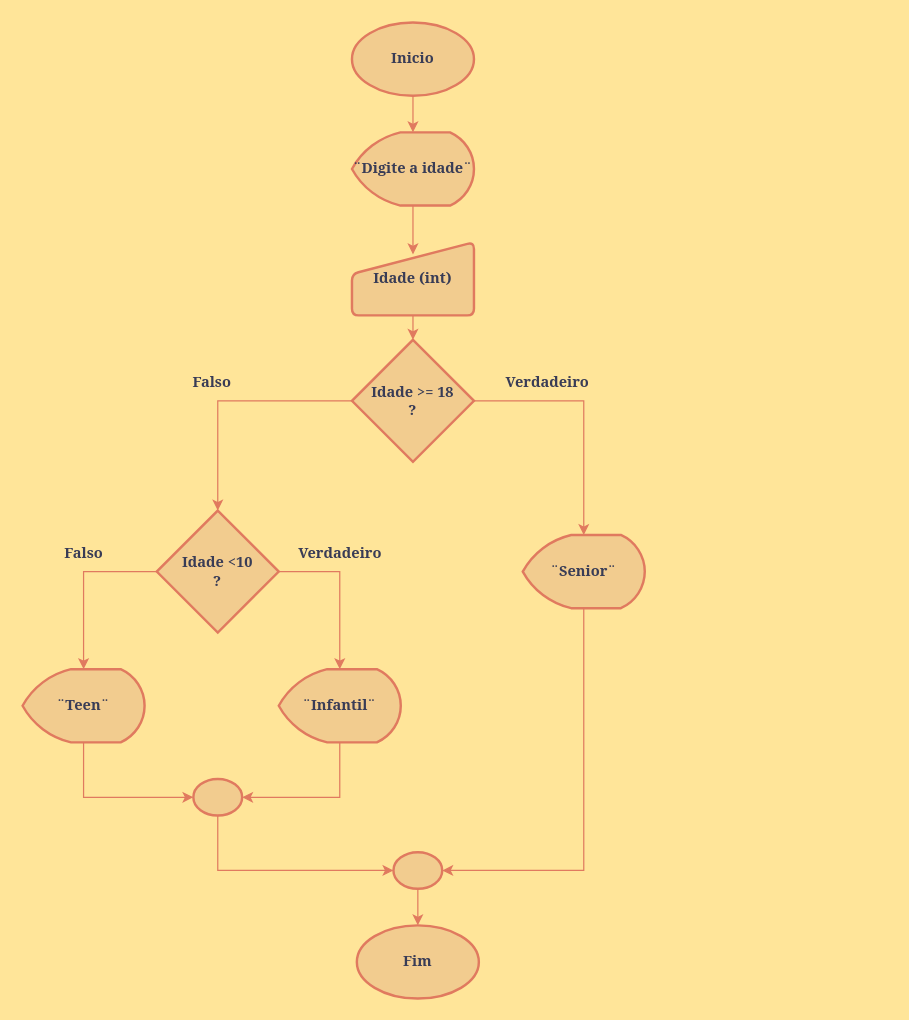
Buanasaur/Fluxogramas_FaculAtividades keeps this draw.io diagram as EstruSelecaoEncadeada.drawio. Above is the earlier version. Source tidied: cells renumbered, new cells numbered last; positions are measured from the earlier drawing's top-left corner, leaving out a move shared by most shapes. Both pictures are drawn from the tidied source at 122%, with x=0, y=0 at pixel (22, 22).
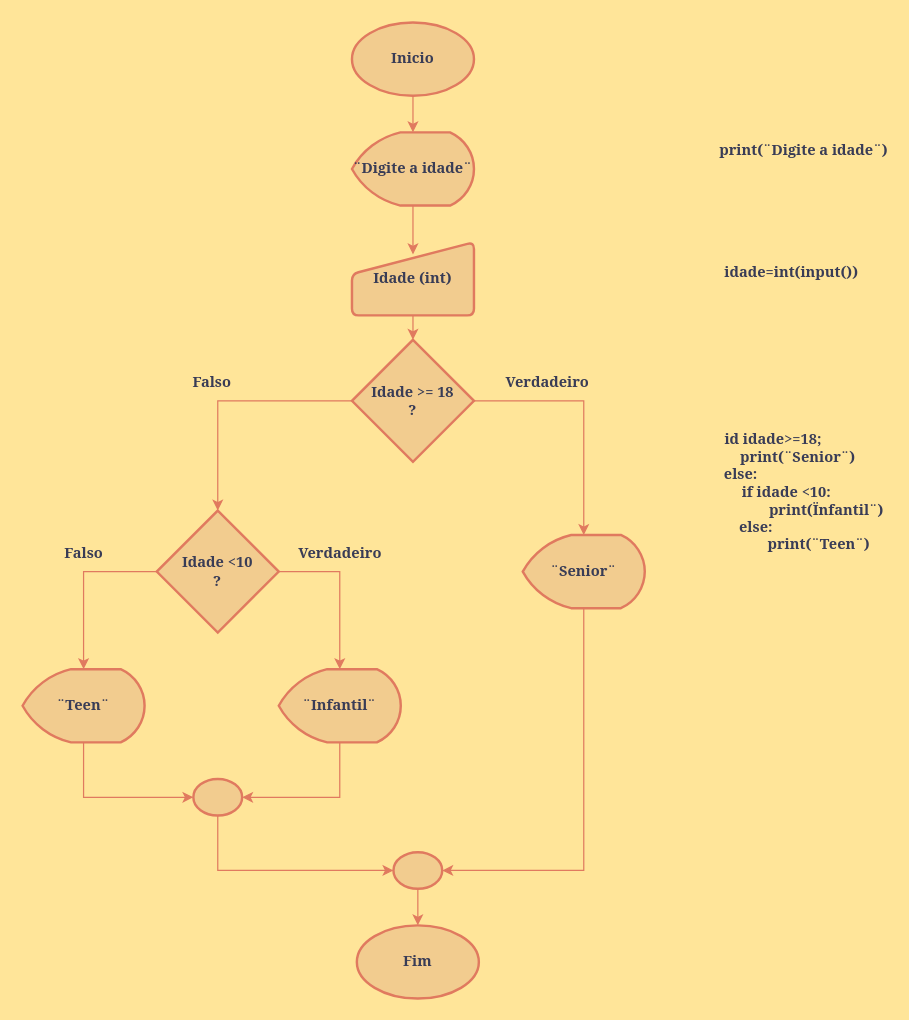
The same page after the edit.

What changed in the source:
```diff
@@
+    <mxCell id="29" value="print(¨Digite a idade¨)" style="text;html=1;align=center;verticalAlign=middle;strokeColor=none;fillColor=none;fontFamily=Georgia;fontStyle=1;labelBackgroundColor=none;fontColor=#393C56;" parent="1" vertex="1">
+      <mxGeometry x="570" y="90" width="140" height="30" as="geometry" />
+    </mxCell>
+    <mxCell id="30" value="idade=int(input())" style="text;html=1;align=center;verticalAlign=middle;strokeColor=none;fillColor=none;fontFamily=Georgia;fontStyle=1;labelBackgroundColor=none;fontColor=#393C56;" parent="1" vertex="1">
+      <mxGeometry x="570" y="190" width="120" height="30" as="geometry" />
+    </mxCell>
+    <mxCell id="31" value="id idade&amp;gt;=18;&lt;div&gt;&amp;nbsp; &amp;nbsp; &amp;nbsp; &amp;nbsp; &amp;nbsp; &amp;nbsp; &amp;nbsp;print(¨Senior¨)&lt;/div&gt;&lt;div&gt;else:&amp;nbsp; &amp;nbsp; &amp;nbsp; &amp;nbsp; &amp;nbsp; &amp;nbsp; &amp;nbsp; &amp;nbsp; &amp;nbsp;&lt;br&gt;&lt;/div&gt;&lt;div&gt;&amp;nbsp; &amp;nbsp; &amp;nbsp; &amp;nbsp;if idade &amp;lt;10:&lt;/div&gt;&lt;div&gt;&amp;nbsp; &amp;nbsp; &amp;nbsp; &amp;nbsp; &amp;nbsp; &amp;nbsp; &amp;nbsp; &amp;nbsp; &amp;nbsp; &amp;nbsp; &amp;nbsp; &amp;nbsp; &amp;nbsp; &amp;nbsp; print(Ïnfantil¨)&lt;/div&gt;&lt;div&gt;else:&amp;nbsp; &amp;nbsp; &amp;nbsp; &amp;nbsp; &amp;nbsp;&lt;br&gt;&amp;nbsp; &amp;nbsp; &amp;nbsp; &amp;nbsp; &amp;nbsp; &amp;nbsp; &amp;nbsp; &amp;nbsp; &amp;nbsp; &amp;nbsp; &amp;nbsp; &amp;nbsp; print(¨Teen¨)&lt;/div&gt;" style="text;html=1;align=center;verticalAlign=middle;strokeColor=none;fillColor=none;fontFamily=Georgia;fontStyle=1;labelBackgroundColor=none;fontColor=#393C56;" parent="1" vertex="1">
+      <mxGeometry x="520" y="330" width="190" height="110" as="geometry" />
+    </mxCell>
```
